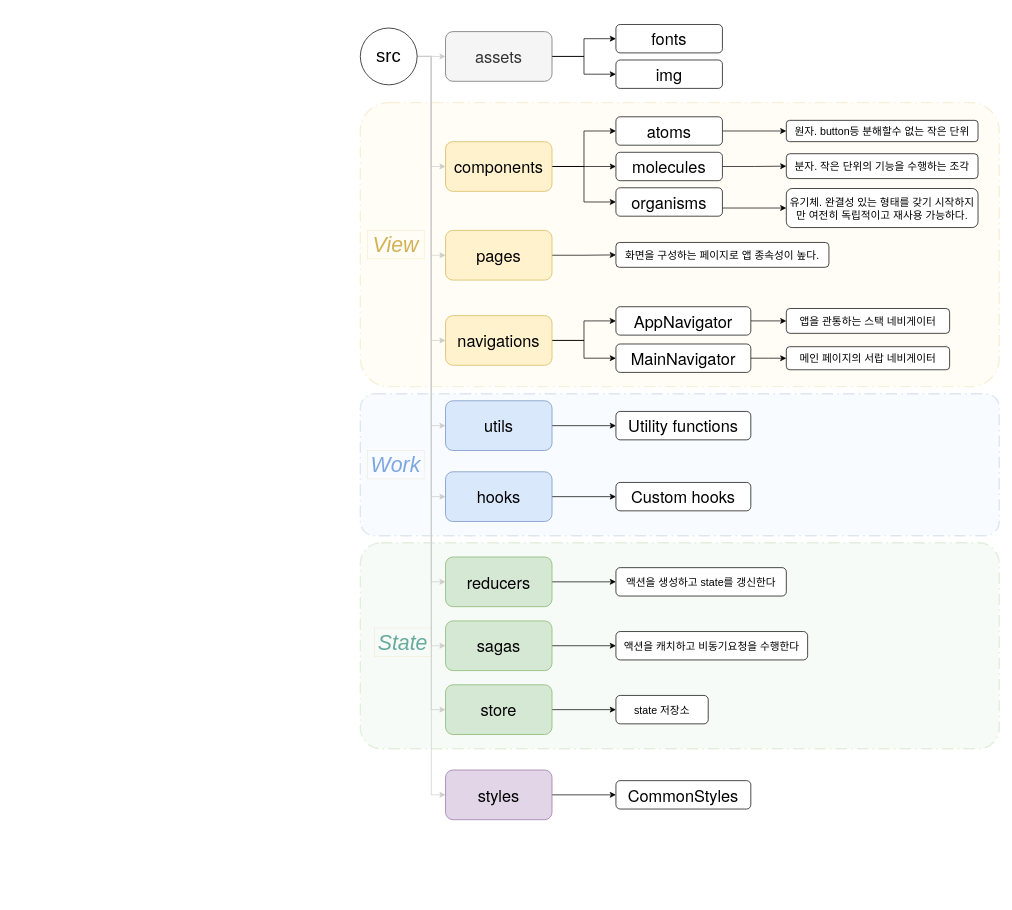
Earlier version of the draw.io diagram Untitled Diagram.drawio (darae07/validation). Source tidied: cells renumbered, new cells numbered last; positions are measured from the earlier drawing's top-left corner, leaving out a move shared by most shapes. Both pictures are drawn from the tidied source at 71%, with x=0, y=0 at pixel (360, 24).
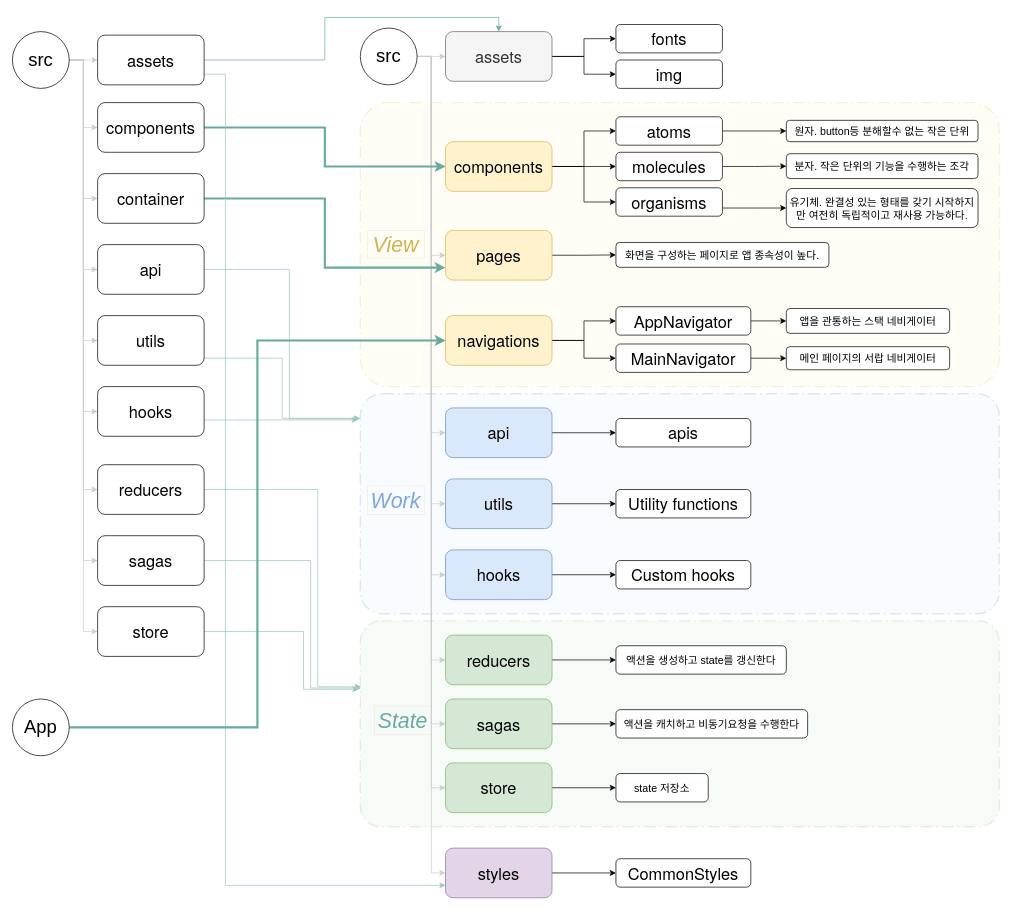
The same diagram, later.

The change refers to these unchanged cells:
```xml
<mxCell id="8" value="&lt;p class=&quot;p1&quot; style=&quot;margin: 0px ; font-stretch: normal ; font-size: 23px ; line-height: normal ; font-family: &amp;#34;helvetica neue&amp;#34;&quot;&gt;components&lt;/p&gt;" style="rounded=1;whiteSpace=wrap;html=1;fillColor=#fff2cc;strokeColor=#d6b656;" parent="1" vertex="1">
  <mxGeometry x="120" y="165" width="150" height="70" as="geometry" />
</mxCell>
<mxCell id="11" value="&lt;p class=&quot;p1&quot; style=&quot;margin: 0px ; font-stretch: normal ; font-size: 23px ; line-height: normal ; font-family: &amp;#34;helvetica neue&amp;#34;&quot;&gt;navigations&lt;/p&gt;" style="rounded=1;whiteSpace=wrap;html=1;fillColor=#fff2cc;strokeColor=#d6b656;" parent="1" vertex="1">
  <mxGeometry x="120" y="410" width="150" height="70" as="geometry" />
</mxCell>
<mxCell id="13" value="&lt;p class=&quot;p1&quot; style=&quot;margin: 0px ; font-stretch: normal ; font-size: 23px ; line-height: normal ; font-family: &amp;#34;helvetica neue&amp;#34;&quot;&gt;pages&lt;/p&gt;" style="rounded=1;whiteSpace=wrap;html=1;fillColor=#fff2cc;strokeColor=#d6b656;" parent="1" vertex="1">
  <mxGeometry x="120" y="290" width="150" height="70" as="geometry" />
</mxCell>
<mxCell id="28" value="&lt;p class=&quot;p1&quot; style=&quot;margin: 0px ; font-stretch: normal ; font-size: 23px ; line-height: normal ; font-family: &amp;#34;helvetica neue&amp;#34;&quot;&gt;assets&lt;/p&gt;" style="rounded=1;whiteSpace=wrap;html=1;fillColor=#f5f5f5;strokeColor=#666666;fontColor=#333333;" parent="1" vertex="1">
  <mxGeometry x="120" y="10" width="150" height="70" as="geometry" />
</mxCell>
<mxCell id="66" value="src" style="ellipse;whiteSpace=wrap;html=1;fontSize=26;" parent="1" vertex="1">
  <mxGeometry y="5" width="80" height="80" as="geometry" />
</mxCell>
```

The edit, as a diff of the source:
```diff
@@
     <mxCell id="2" style="rounded=1;arcSize=10;dashed=1;strokeColor=#82b366;fillColor=#d5e8d4;dashPattern=8 3 1 3;strokeWidth=2;opacity=20;" parent="1" vertex="1">
-      <mxGeometry y="730" width="900" height="290" as="geometry" />
+      <mxGeometry y="840" width="900" height="290" as="geometry" />
     </mxCell>
     <mxCell id="3" style="rounded=1;arcSize=10;dashed=1;strokeColor=#6c8ebf;fillColor=#dae8fc;dashPattern=8 3 1 3;strokeWidth=2;opacity=20;" parent="1" vertex="1">
-      <mxGeometry y="520" width="900" height="200" as="geometry" />
+      <mxGeometry y="520" width="900" height="310" as="geometry" />
     </mxCell>
@@
     <mxCell id="15" value="&lt;p class=&quot;p1&quot; style=&quot;margin: 0px ; font-stretch: normal ; font-size: 23px ; line-height: normal ; font-family: &amp;#34;helvetica neue&amp;#34;&quot;&gt;styles&lt;/p&gt;" style="rounded=1;whiteSpace=wrap;html=1;fillColor=#e1d5e7;strokeColor=#9673a6;" parent="1" vertex="1">
-      <mxGeometry x="120" y="1050" width="150" height="70" as="geometry" />
+      <mxGeometry x="120" y="1160" width="150" height="70" as="geometry" />
     </mxCell>
@@
     <mxCell id="17" value="&lt;p class=&quot;p1&quot; style=&quot;margin: 0px ; font-stretch: normal ; font-size: 23px ; line-height: normal ; font-family: &amp;#34;helvetica neue&amp;#34;&quot;&gt;utils&lt;/p&gt;" style="rounded=1;whiteSpace=wrap;html=1;fillColor=#dae8fc;strokeColor=#6c8ebf;" parent="1" vertex="1">
-      <mxGeometry x="120" y="530" width="150" height="70" as="geometry" />
+      <mxGeometry x="120" y="640" width="150" height="70" as="geometry" />
     </mxCell>
@@
     <mxCell id="19" value="&lt;p class=&quot;p1&quot; style=&quot;margin: 0px ; font-stretch: normal ; font-size: 23px ; line-height: normal ; font-family: &amp;#34;helvetica neue&amp;#34;&quot;&gt;hooks&lt;/p&gt;" style="rounded=1;whiteSpace=wrap;html=1;fillColor=#dae8fc;strokeColor=#6c8ebf;" parent="1" vertex="1">
-      <mxGeometry x="120" y="630" width="150" height="70" as="geometry" />
+      <mxGeometry x="120" y="740" width="150" height="70" as="geometry" />
     </mxCell>
@@
     <mxCell id="21" value="&lt;p class=&quot;p1&quot; style=&quot;margin: 0px ; font-stretch: normal ; font-size: 23px ; line-height: normal ; font-family: &amp;#34;helvetica neue&amp;#34;&quot;&gt;reducers&lt;/p&gt;" style="rounded=1;whiteSpace=wrap;html=1;fillColor=#d5e8d4;strokeColor=#82b366;" parent="1" vertex="1">
-      <mxGeometry x="120" y="750" width="150" height="70" as="geometry" />
+      <mxGeometry x="120" y="860" width="150" height="70" as="geometry" />
     </mxCell>
@@
     <mxCell id="23" value="&lt;p class=&quot;p1&quot; style=&quot;margin: 0px ; font-stretch: normal ; font-size: 23px ; line-height: normal ; font-family: &amp;#34;helvetica neue&amp;#34;&quot;&gt;sagas&lt;/p&gt;" style="rounded=1;whiteSpace=wrap;html=1;fillColor=#d5e8d4;strokeColor=#82b366;" parent="1" vertex="1">
-      <mxGeometry x="120" y="840" width="150" height="70" as="geometry" />
+      <mxGeometry x="120" y="950" width="150" height="70" as="geometry" />
     </mxCell>
@@
     <mxCell id="25" value="&lt;p class=&quot;p1&quot; style=&quot;margin: 0px ; font-stretch: normal ; font-size: 23px ; line-height: normal ; font-family: &amp;#34;helvetica neue&amp;#34;&quot;&gt;store&lt;/p&gt;" style="rounded=1;whiteSpace=wrap;html=1;fillColor=#d5e8d4;strokeColor=#82b366;" parent="1" vertex="1">
-      <mxGeometry x="120" y="930" width="150" height="70" as="geometry" />
+      <mxGeometry x="120" y="1040" width="150" height="70" as="geometry" />
     </mxCell>
@@
     <mxCell id="42" value="Work" style="text;html=1;strokeColor=#d6b656;align=center;verticalAlign=middle;whiteSpace=wrap;rounded=0;opacity=20;fontSize=30;fontStyle=2;fontColor=#7EA6E0;" parent="1" vertex="1">
-      <mxGeometry x="10" y="600" width="80" height="40" as="geometry" />
+      <mxGeometry x="10" y="650" width="80" height="40" as="geometry" />
     </mxCell>
     <mxCell id="43" value="State" style="text;html=1;strokeColor=#d6b656;align=center;verticalAlign=middle;whiteSpace=wrap;rounded=0;opacity=20;fontSize=30;fontStyle=2;fontColor=#67AB9F;" parent="1" vertex="1">
-      <mxGeometry x="20" y="850" width="80" height="40" as="geometry" />
+      <mxGeometry x="20" y="960" width="80" height="40" as="geometry" />
     </mxCell>
@@
     <mxCell id="50" value="&lt;p class=&quot;p1&quot; style=&quot;margin: 0px ; font-stretch: normal ; font-size: 23px ; line-height: normal ; font-family: &amp;#34;helvetica neue&amp;#34;&quot;&gt;CommonStyles&lt;/p&gt;" style="rounded=1;whiteSpace=wrap;html=1;" parent="1" vertex="1">
-      <mxGeometry x="360" y="1065" width="190" height="40" as="geometry" />
+      <mxGeometry x="360" y="1175" width="190" height="40" as="geometry" />
     </mxCell>
     <mxCell id="51" value="&lt;p class=&quot;p1&quot; style=&quot;margin: 0px ; font-stretch: normal ; font-size: 23px ; line-height: normal ; font-family: &amp;#34;helvetica neue&amp;#34;&quot;&gt;Utility functions&lt;/p&gt;" style="rounded=1;whiteSpace=wrap;html=1;" parent="1" vertex="1">
-      <mxGeometry x="360" y="545" width="190" height="40" as="geometry" />
+      <mxGeometry x="360" y="655" width="190" height="40" as="geometry" />
     </mxCell>
     <mxCell id="52" value="&lt;p class=&quot;p1&quot; style=&quot;margin: 0px ; font-stretch: normal ; font-size: 23px ; line-height: normal ; font-family: &amp;#34;helvetica neue&amp;#34;&quot;&gt;Custom hooks&lt;/p&gt;" style="rounded=1;whiteSpace=wrap;html=1;" parent="1" vertex="1">
-      <mxGeometry x="360" y="645" width="190" height="40" as="geometry" />
+      <mxGeometry x="360" y="755" width="190" height="40" as="geometry" />
     </mxCell>
     <mxCell id="53" value="액션을 생성하고 state를 갱신한다" style="rounded=1;whiteSpace=wrap;html=1;fontSize=15;" parent="1" vertex="1">
-      <mxGeometry x="360" y="765" width="240" height="40" as="geometry" />
+      <mxGeometry x="360" y="875" width="240" height="40" as="geometry" />
     </mxCell>
     <mxCell id="54" value="액션을 캐치하고 비동기요청을 수행한다" style="rounded=1;whiteSpace=wrap;html=1;fontSize=15;" parent="1" vertex="1">
-      <mxGeometry x="360" y="855" width="270" height="40" as="geometry" />
+      <mxGeometry x="360" y="965" width="270" height="40" as="geometry" />
     </mxCell>
     <mxCell id="55" value="state 저장소" style="rounded=1;whiteSpace=wrap;html=1;fontSize=15;" parent="1" vertex="1">
-      <mxGeometry x="360" y="945" width="130" height="40" as="geometry" />
+      <mxGeometry x="360" y="1055" width="130" height="40" as="geometry" />
     </mxCell>
@@
+    <mxCell id="67" style="edgeStyle=orthogonalEdgeStyle;rounded=0;jettySize=auto;html=1;entryX=0;entryY=0.5;entryDx=0;entryDy=0;strokeColor=#CCCCCC;fontSize=26;fontColor=#7EA6E0;" parent="1" edge="1" source="66" target="69">
+      <mxGeometry relative="1" as="geometry" />
+    </mxCell>
@@
+    <mxCell id="68" style="edgeStyle=orthogonalEdgeStyle;rounded=0;jettySize=auto;html=1;entryX=0;entryY=0.5;entryDx=0;entryDy=0;fontSize=26;fontColor=#7EA6E0;" parent="1" edge="1" source="69" target="70">
+      <mxGeometry relative="1" as="geometry" />
+    </mxCell>
+    <mxCell id="69" value="&lt;p class=&quot;p1&quot; style=&quot;margin: 0px ; font-stretch: normal ; font-size: 23px ; line-height: normal ; font-family: &amp;#34;helvetica neue&amp;#34;&quot;&gt;api&lt;/p&gt;" style="rounded=1;whiteSpace=wrap;html=1;fillColor=#dae8fc;strokeColor=#6c8ebf;" parent="1" vertex="1">
+      <mxGeometry x="120" y="540" width="150" height="70" as="geometry" />
+    </mxCell>
+    <mxCell id="70" value="&lt;p class=&quot;p1&quot; style=&quot;margin: 0px ; font-stretch: normal ; font-size: 23px ; line-height: normal ; font-family: &amp;#34;helvetica neue&amp;#34;&quot;&gt;apis&lt;/p&gt;" style="rounded=1;whiteSpace=wrap;html=1;" parent="1" vertex="1">
+      <mxGeometry x="360" y="555" width="190" height="40" as="geometry" />
+    </mxCell>
+    <mxCell id="71" style="edgeStyle=orthogonalEdgeStyle;rounded=0;jettySize=auto;html=1;entryX=0;entryY=0.5;entryDx=0;entryDy=0;strokeColor=#67AB9F;fontSize=26;fontColor=#7EA6E0;strokeWidth=3;" parent="1" edge="1" source="72" target="8">
+      <mxGeometry relative="1" as="geometry" />
+    </mxCell>
+    <mxCell id="72" value="&lt;p class=&quot;p1&quot; style=&quot;margin: 0px ; font-stretch: normal ; font-size: 23px ; line-height: normal ; font-family: &amp;#34;helvetica neue&amp;#34;&quot;&gt;components&lt;/p&gt;" style="rounded=1;whiteSpace=wrap;html=1;" parent="1" vertex="1">
+      <mxGeometry x="-370" y="110" width="150" height="70" as="geometry" />
+    </mxCell>
+    <mxCell id="73" style="edgeStyle=orthogonalEdgeStyle;rounded=0;jettySize=auto;html=1;entryX=0;entryY=0.75;entryDx=0;entryDy=0;strokeColor=#67AB9F;fontSize=26;fontColor=#7EA6E0;strokeWidth=3;" parent="1" edge="1" source="74" target="13">
+      <mxGeometry relative="1" as="geometry" />
+    </mxCell>
+    <mxCell id="74" value="&lt;p class=&quot;p1&quot; style=&quot;margin: 0px ; font-stretch: normal ; font-size: 23px ; line-height: normal ; font-family: &amp;#34;helvetica neue&amp;#34;&quot;&gt;container&lt;/p&gt;" style="rounded=1;whiteSpace=wrap;html=1;" parent="1" vertex="1">
+      <mxGeometry x="-370" y="210" width="150" height="70" as="geometry" />
+    </mxCell>
+    <mxCell id="75" style="edgeStyle=orthogonalEdgeStyle;rounded=0;jettySize=auto;html=1;entryX=0;entryY=0.112;entryDx=0;entryDy=0;fontSize=26;fontColor=#7EA6E0;entryPerimeter=0;strokeColor=#9AC7BF;" parent="1" edge="1" source="76" target="3">
+      <mxGeometry relative="1" as="geometry">
+        <Array as="points">
+          <mxPoint x="-110" y="470" />
+          <mxPoint x="-110" y="555" />
+        </Array>
+      </mxGeometry>
+    </mxCell>
+    <mxCell id="76" value="&lt;p class=&quot;p1&quot; style=&quot;margin: 0px ; font-stretch: normal ; font-size: 23px ; line-height: normal ; font-family: &amp;#34;helvetica neue&amp;#34;&quot;&gt;utils&lt;/p&gt;" style="rounded=1;whiteSpace=wrap;html=1;" parent="1" vertex="1">
+      <mxGeometry x="-370" y="410" width="150" height="70" as="geometry" />
+    </mxCell>
+    <mxCell id="77" style="edgeStyle=orthogonalEdgeStyle;rounded=0;jettySize=auto;html=1;entryX=-0.004;entryY=0.119;entryDx=0;entryDy=0;entryPerimeter=0;fontSize=26;fontColor=#7EA6E0;strokeColor=#9AC7BF;" parent="1" edge="1" source="78" target="3">
+      <mxGeometry relative="1" as="geometry">
+        <Array as="points">
+          <mxPoint x="-160" y="557" />
+          <mxPoint x="-160" y="557" />
+        </Array>
+      </mxGeometry>
+    </mxCell>
+    <mxCell id="78" value="&lt;p class=&quot;p1&quot; style=&quot;margin: 0px ; font-stretch: normal ; font-size: 23px ; line-height: normal ; font-family: &amp;#34;helvetica neue&amp;#34;&quot;&gt;hooks&lt;/p&gt;" style="rounded=1;whiteSpace=wrap;html=1;" parent="1" vertex="1">
+      <mxGeometry x="-370" y="510" width="150" height="70" as="geometry" />
+    </mxCell>
+    <mxCell id="79" style="edgeStyle=orthogonalEdgeStyle;rounded=0;jettySize=auto;html=1;entryX=0.001;entryY=0.32;entryDx=0;entryDy=0;entryPerimeter=0;fontSize=26;fontColor=#7EA6E0;strokeColor=#9AC7BF;" parent="1" edge="1" source="80" target="2">
+      <mxGeometry relative="1" as="geometry">
+        <Array as="points">
+          <mxPoint x="-60" y="655" />
+          <mxPoint x="-60" y="933" />
+        </Array>
+      </mxGeometry>
+    </mxCell>
+    <mxCell id="80" value="&lt;p class=&quot;p1&quot; style=&quot;margin: 0px ; font-stretch: normal ; font-size: 23px ; line-height: normal ; font-family: &amp;#34;helvetica neue&amp;#34;&quot;&gt;reducers&lt;/p&gt;" style="rounded=1;whiteSpace=wrap;html=1;" parent="1" vertex="1">
+      <mxGeometry x="-370" y="620" width="150" height="70" as="geometry" />
+    </mxCell>
+    <mxCell id="81" style="edgeStyle=orthogonalEdgeStyle;rounded=0;jettySize=auto;html=1;entryX=0.001;entryY=0.326;entryDx=0;entryDy=0;entryPerimeter=0;fontSize=26;fontColor=#7EA6E0;strokeColor=#9AC7BF;" parent="1" edge="1" source="82" target="2">
+      <mxGeometry relative="1" as="geometry">
+        <Array as="points">
+          <mxPoint x="-70" y="755" />
+          <mxPoint x="-70" y="935" />
+        </Array>
+      </mxGeometry>
+    </mxCell>
+    <mxCell id="82" value="&lt;p class=&quot;p1&quot; style=&quot;margin: 0px ; font-stretch: normal ; font-size: 23px ; line-height: normal ; font-family: &amp;#34;helvetica neue&amp;#34;&quot;&gt;sagas&lt;/p&gt;" style="rounded=1;whiteSpace=wrap;html=1;" parent="1" vertex="1">
+      <mxGeometry x="-370" y="720" width="150" height="70" as="geometry" />
+    </mxCell>
+    <mxCell id="83" style="edgeStyle=orthogonalEdgeStyle;rounded=0;jettySize=auto;html=1;entryX=-0.003;entryY=0.332;entryDx=0;entryDy=0;entryPerimeter=0;fontSize=26;fontColor=#7EA6E0;strokeColor=#9AC7BF;" parent="1" edge="1" source="84" target="2">
+      <mxGeometry relative="1" as="geometry">
+        <Array as="points">
+          <mxPoint x="-80" y="855" />
+          <mxPoint x="-80" y="936" />
+        </Array>
+      </mxGeometry>
+    </mxCell>
+    <mxCell id="84" value="&lt;p class=&quot;p1&quot; style=&quot;margin: 0px ; font-stretch: normal ; font-size: 23px ; line-height: normal ; font-family: &amp;#34;helvetica neue&amp;#34;&quot;&gt;store&lt;/p&gt;" style="rounded=1;whiteSpace=wrap;html=1;" parent="1" vertex="1">
+      <mxGeometry x="-370" y="820" width="150" height="70" as="geometry" />
+    </mxCell>
+    <mxCell id="85" style="edgeStyle=orthogonalEdgeStyle;rounded=0;jettySize=auto;html=1;entryX=0.5;entryY=0;entryDx=0;entryDy=0;strokeColor=#67AB9F;strokeWidth=1;fontSize=26;fontColor=#7EA6E0;" parent="1" edge="1" source="87" target="28">
+      <mxGeometry relative="1" as="geometry" />
+    </mxCell>
+    <mxCell id="86" style="edgeStyle=orthogonalEdgeStyle;rounded=0;jettySize=auto;html=1;entryX=0;entryY=0.75;entryDx=0;entryDy=0;strokeWidth=1;fontSize=26;fontColor=#7EA6E0;strokeColor=#9AC7BF;" parent="1" edge="1" source="87" target="15">
+      <mxGeometry relative="1" as="geometry">
+        <Array as="points">
+          <mxPoint x="-190" y="70" />
+          <mxPoint x="-190" y="1212" />
+        </Array>
+      </mxGeometry>
+    </mxCell>
+    <mxCell id="87" value="&lt;p class=&quot;p1&quot; style=&quot;margin: 0px ; font-stretch: normal ; font-size: 23px ; line-height: normal ; font-family: &amp;#34;helvetica neue&amp;#34;&quot;&gt;assets&lt;/p&gt;" style="rounded=1;whiteSpace=wrap;html=1;" parent="1" vertex="1">
+      <mxGeometry x="-370" y="15" width="150" height="70" as="geometry" />
+    </mxCell>
+    <mxCell id="88" style="edgeStyle=orthogonalEdgeStyle;rounded=0;jettySize=auto;html=1;entryX=0;entryY=0.5;entryDx=0;entryDy=0;fontSize=26;fontColor=#7EA6E0;strokeColor=#CCCCCC;" parent="1" edge="1" source="97" target="87">
+      <mxGeometry relative="1" as="geometry" />
+    </mxCell>
+    <mxCell id="89" style="edgeStyle=orthogonalEdgeStyle;rounded=0;jettySize=auto;html=1;entryX=0;entryY=0.5;entryDx=0;entryDy=0;fontSize=26;fontColor=#7EA6E0;strokeColor=#CCCCCC;" parent="1" edge="1" source="97" target="72">
+      <mxGeometry relative="1" as="geometry" />
+    </mxCell>
+    <mxCell id="90" style="edgeStyle=orthogonalEdgeStyle;rounded=0;jettySize=auto;html=1;entryX=0;entryY=0.5;entryDx=0;entryDy=0;fontSize=26;fontColor=#7EA6E0;strokeColor=#CCCCCC;" parent="1" edge="1" source="97" target="74">
+      <mxGeometry relative="1" as="geometry" />
+    </mxCell>
+    <mxCell id="91" style="edgeStyle=orthogonalEdgeStyle;rounded=0;jettySize=auto;html=1;entryX=0;entryY=0.5;entryDx=0;entryDy=0;fontSize=26;fontColor=#7EA6E0;strokeColor=#CCCCCC;" parent="1" edge="1" source="97" target="76">
+      <mxGeometry relative="1" as="geometry" />
+    </mxCell>
+    <mxCell id="92" style="edgeStyle=orthogonalEdgeStyle;rounded=0;jettySize=auto;html=1;entryX=0;entryY=0.5;entryDx=0;entryDy=0;fontSize=26;fontColor=#7EA6E0;strokeColor=#CCCCCC;" parent="1" edge="1" source="97" target="78">
+      <mxGeometry relative="1" as="geometry" />
+    </mxCell>
+    <mxCell id="93" style="edgeStyle=orthogonalEdgeStyle;rounded=0;jettySize=auto;html=1;entryX=0;entryY=0.5;entryDx=0;entryDy=0;fontSize=26;fontColor=#7EA6E0;strokeColor=#CCCCCC;" parent="1" edge="1" source="97" target="80">
+      <mxGeometry relative="1" as="geometry" />
+    </mxCell>
+    <mxCell id="94" style="edgeStyle=orthogonalEdgeStyle;rounded=0;jettySize=auto;html=1;entryX=0;entryY=0.5;entryDx=0;entryDy=0;fontSize=26;fontColor=#7EA6E0;strokeColor=#CCCCCC;" parent="1" edge="1" source="97" target="82">
+      <mxGeometry relative="1" as="geometry" />
+    </mxCell>
+    <mxCell id="95" style="edgeStyle=orthogonalEdgeStyle;rounded=0;jettySize=auto;html=1;entryX=0;entryY=0.5;entryDx=0;entryDy=0;fontSize=26;fontColor=#7EA6E0;strokeColor=#CCCCCC;" parent="1" edge="1" source="97" target="84">
+      <mxGeometry relative="1" as="geometry" />
+    </mxCell>
+    <mxCell id="96" style="edgeStyle=orthogonalEdgeStyle;rounded=0;jettySize=auto;html=1;entryX=0;entryY=0.5;entryDx=0;entryDy=0;strokeColor=#CCCCCC;" parent="1" edge="1" source="97" target="99">
+      <mxGeometry relative="1" as="geometry" />
+    </mxCell>
+    <mxCell id="97" value="src" style="ellipse;whiteSpace=wrap;html=1;fontSize=26;" parent="1" vertex="1">
+      <mxGeometry x="-490" y="10" width="80" height="80" as="geometry" />
+    </mxCell>
+    <mxCell id="98" style="edgeStyle=orthogonalEdgeStyle;rounded=0;jettySize=auto;html=1;entryX=-0.001;entryY=0.114;entryDx=0;entryDy=0;entryPerimeter=0;fontSize=26;fontColor=#7EA6E0;strokeColor=#9AC7BF;" parent="1" edge="1" source="99" target="3">
+      <mxGeometry relative="1" as="geometry">
+        <Array as="points">
+          <mxPoint x="-100" y="345" />
+          <mxPoint x="-100" y="555" />
+        </Array>
+      </mxGeometry>
+    </mxCell>
+    <mxCell id="99" value="&lt;p class=&quot;p1&quot; style=&quot;margin: 0px ; font-stretch: normal ; font-size: 23px ; line-height: normal ; font-family: &amp;#34;helvetica neue&amp;#34;&quot;&gt;api&lt;/p&gt;" style="rounded=1;whiteSpace=wrap;html=1;" parent="1" vertex="1">
+      <mxGeometry x="-370" y="310" width="150" height="70" as="geometry" />
+    </mxCell>
+    <mxCell id="100" style="edgeStyle=orthogonalEdgeStyle;rounded=0;jettySize=auto;html=1;entryX=0;entryY=0.5;entryDx=0;entryDy=0;fontSize=26;fontColor=#7EA6E0;strokeColor=#67AB9F;strokeWidth=3;" parent="1" edge="1" source="101" target="11">
+      <mxGeometry relative="1" as="geometry" />
+    </mxCell>
+    <mxCell id="101" value="App" style="ellipse;whiteSpace=wrap;html=1;fontSize=26;" parent="1" vertex="1">
+      <mxGeometry x="-490" y="950" width="80" height="80" as="geometry" />
+    </mxCell>
```
